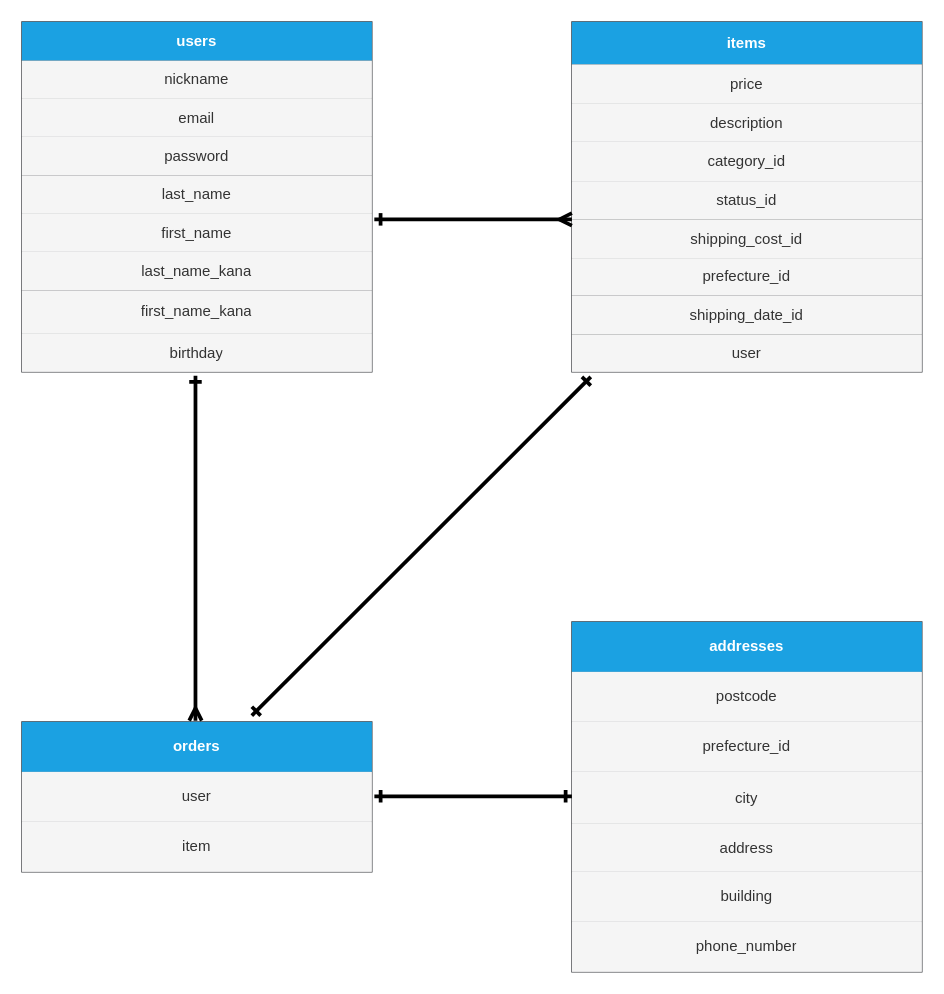
yui0223/furima-37877 keeps this draw.io diagram as app/furima-37877.dio. Above is the earlier version. Source tidied: cells renumbered, new cells numbered last; positions are measured from the earlier drawing's top-left corner, leaving out a move shared by most shapes. Both pictures are drawn from the tidied source at 125%, with x=0, y=0 at pixel (21, 21).
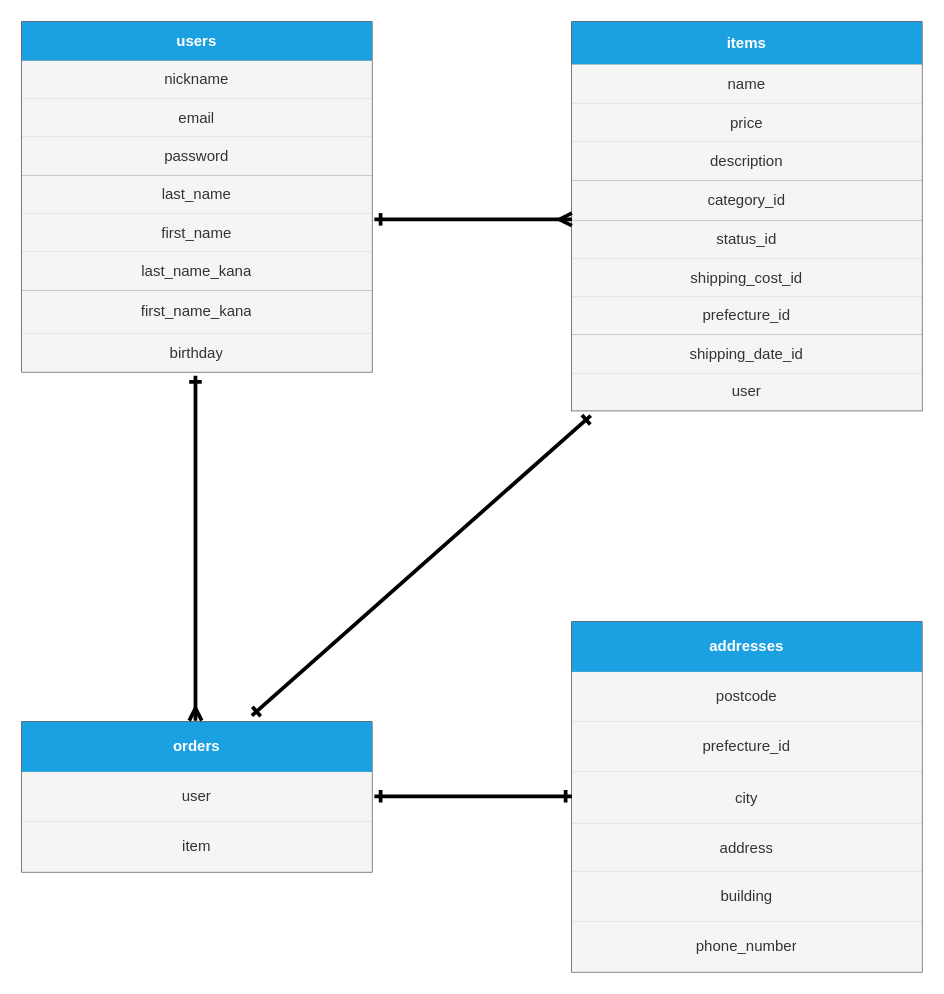
After the change.

Commit message (it also covers changes not shown here):
データベース設計3

Diff of the diagram source:
```diff
@@
     <mxCell id="21" style="shape=table;startSize=0;childLayout=tableLayout;fillColor=#eeeeee;strokeColor=#36393d;fontColor=#000000;" parent="1" vertex="1">
-      <mxGeometry x="440" width="280" height="280" as="geometry" />
+      <mxGeometry x="440" width="280" height="311" as="geometry" />
     </mxCell>
@@
+    <mxCell id="66" style="shape=partialRectangle;fillColor=none;top=0;left=0;bottom=0;right=0;strokeColor=default;" parent="21" vertex="1">
+      <mxGeometry y="34" width="280" height="31" as="geometry" />
+    </mxCell>
+    <mxCell id="67" value="name" style="shape=partialRectangle;html=1;whiteSpace=wrap;overflow=hidden;top=0;left=0;bottom=0;right=0;fillColor=#f5f5f5;fontColor=#333333;strokeColor=#666666;" parent="66" vertex="1">
+      <mxGeometry width="280" height="31" as="geometry" />
+    </mxCell>
     <mxCell id="24" style="shape=partialRectangle;fillColor=none;top=0;left=0;bottom=0;right=0;strokeColor=default;" parent="21" vertex="1">
-      <mxGeometry y="34" width="280" height="31" as="geometry" />
+      <mxGeometry y="65" width="280" height="31" as="geometry" />
     </mxCell>
@@
     <mxCell id="26" style="shape=partialRectangle;fillColor=none;top=0;left=0;bottom=0;right=0;strokeColor=default;" parent="21" vertex="1">
-      <mxGeometry y="65" width="280" height="31" as="geometry" />
+      <mxGeometry y="96" width="280" height="31" as="geometry" />
     </mxCell>
@@
     <mxCell id="28" style="shape=partialRectangle;fillColor=none;top=0;left=0;bottom=0;right=0;strokeColor=default;" parent="21" vertex="1">
-      <mxGeometry y="96" width="280" height="32" as="geometry" />
+      <mxGeometry y="127" width="280" height="32" as="geometry" />
     </mxCell>
@@
     <mxCell id="30" style="shape=partialRectangle;fillColor=none;top=0;left=0;bottom=0;right=0;strokeColor=default;" parent="21" vertex="1">
-      <mxGeometry y="128" width="280" height="30" as="geometry" />
+      <mxGeometry y="159" width="280" height="30" as="geometry" />
     </mxCell>
@@
     <mxCell id="32" style="shape=partialRectangle;fillColor=none;top=0;left=0;bottom=0;right=0;strokeColor=default;" parent="21" vertex="1">
-      <mxGeometry y="158" width="280" height="31" as="geometry" />
+      <mxGeometry y="189" width="280" height="31" as="geometry" />
     </mxCell>
@@
     <mxCell id="34" style="shape=partialRectangle;fillColor=none;top=0;left=0;bottom=0;right=0;strokeColor=default;" parent="21" vertex="1">
-      <mxGeometry y="189" width="280" height="30" as="geometry" />
+      <mxGeometry y="220" width="280" height="30" as="geometry" />
     </mxCell>
@@
     <mxCell id="36" style="shape=partialRectangle;fillColor=none;top=0;left=0;bottom=0;right=0;strokeColor=default;" parent="21" vertex="1">
-      <mxGeometry y="219" width="280" height="31" as="geometry" />
+      <mxGeometry y="250" width="280" height="31" as="geometry" />
     </mxCell>
@@
     <mxCell id="38" style="shape=partialRectangle;fillColor=none;top=0;left=0;bottom=0;right=0;points=[[0,0.5],[1,0.5]];portConstraint=eastwest;strokeColor=default;" parent="21" vertex="1">
-      <mxGeometry y="250" width="280" height="30" as="geometry" />
+      <mxGeometry y="281" width="280" height="30" as="geometry" />
     </mxCell>
```
